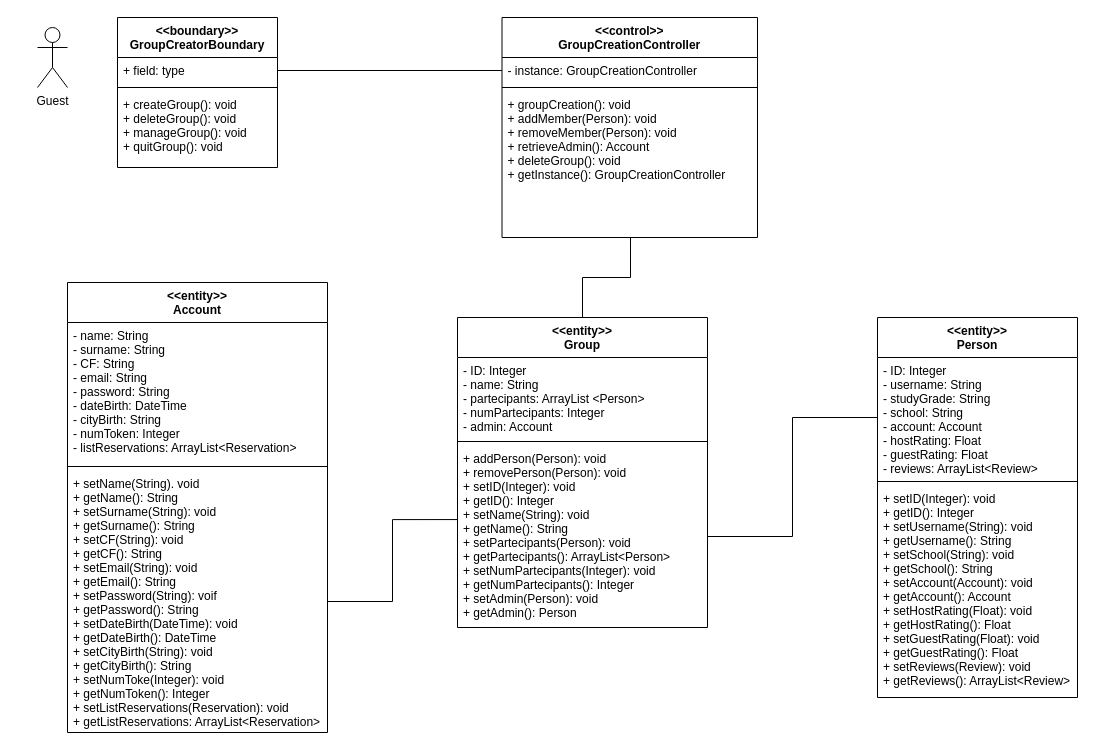
The draw.io diagram Deliverables/VoPC/VoPC CreateStudyGroup.drawio in nic-agos/DoveStudi, before the edit. Source tidied: cells renumbered, new cells numbered last; positions are measured from the earlier drawing's top-left corner, leaving out a move shared by most shapes. Both pictures are drawn from the tidied source at 100%, with x=0, y=0 at pixel (37, 17).
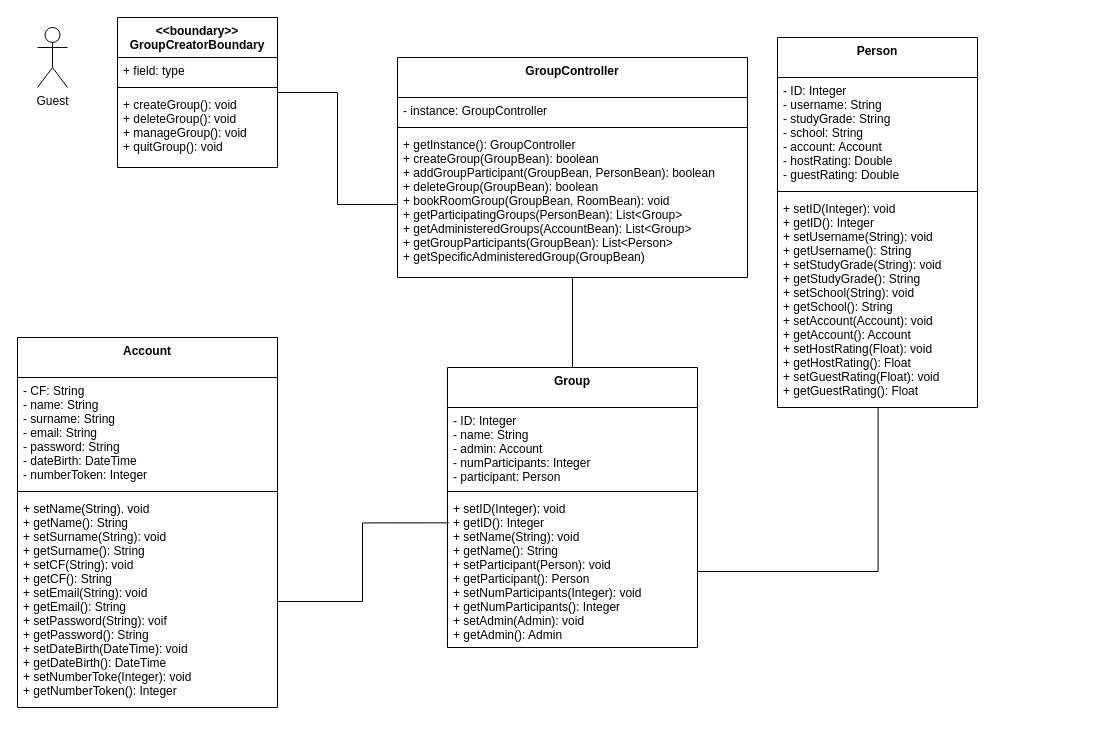
The same diagram, later.

Unchanged cells that the change refers to:
```xml
<mxCell id="11" value="&lt;&lt;boundary&gt;&gt;&#10;GroupCreatorBoundary" style="swimlane;fontStyle=1;align=center;verticalAlign=top;horizontal=1;startSize=40;" parent="1" vertex="1">
  <mxGeometry x="80" width="160" height="150" as="geometry" />
</mxCell>
<mxCell id="12" value="+ field: type" style="text;strokeColor=none;fillColor=none;align=left;verticalAlign=top;spacingLeft=4;spacingRight=4;overflow=hidden;points=[[0,0.5],[1,0.5]];portConstraint=eastwest;" parent="11" vertex="1">
  <mxGeometry y="40" width="160" height="26" as="geometry" />
</mxCell>
```

Diff of the diagram source:
```diff
@@
-    <mxCell id="2" style="edgeStyle=orthogonalEdgeStyle;rounded=0;jettySize=auto;html=1;entryX=0.503;entryY=1;entryDx=0;entryDy=0;entryPerimeter=0;endArrow=none;endFill=0;" parent="1" edge="1" source="3" target="10">
-      <mxGeometry relative="1" as="geometry" />
-    </mxCell>
-    <mxCell id="3" value="&lt;&lt;entity&gt;&gt;&#10;Group" style="swimlane;fontStyle=1;align=center;verticalAlign=top;horizontal=1;startSize=40;" parent="1" vertex="1">
-      <mxGeometry x="420" y="300" width="250" height="310" as="geometry" />
-    </mxCell>
-    <mxCell id="4" value="- ID: Integer&#10;- name: String&#10;- partecipants: ArrayList &lt;Person&gt;&#10;- numPartecipants: Integer&#10;- admin: Account&#10;" style="text;strokeColor=none;fillColor=none;align=left;verticalAlign=top;spacingLeft=4;spacingRight=4;overflow=hidden;" parent="3" vertex="1">
-      <mxGeometry y="40" width="250" height="80" as="geometry" />
-    </mxCell>
-    <mxCell id="5" style="line;strokeWidth=1;fillColor=none;align=left;verticalAlign=middle;spacingTop=-1;spacingLeft=3;spacingRight=3;labelPosition=right;" parent="3" vertex="1">
-      <mxGeometry y="120" width="250" height="8" as="geometry" />
-    </mxCell>
-    <mxCell id="6" value="+ addPerson(Person): void&#10;+ removePerson(Person): void&#10;+ setID(Integer): void&#10;+ getID(): Integer&#10;+ setName(String): void&#10;+ getName(): String&#10;+ setPartecipants(Person): void&#10;+ getPartecipants(): ArrayList&lt;Person&gt;&#10;+ setNumPartecipants(Integer): void&#10;+ getNumPartecipants(): Integer&#10;+ setAdmin(Person): void&#10;+ getAdmin(): Person" style="text;strokeColor=none;fillColor=none;align=left;verticalAlign=top;spacingLeft=4;spacingRight=4;overflow=hidden;points=[[0,0.5],[1,0.5]];portConstraint=eastwest;" parent="3" vertex="1">
-      <mxGeometry y="128" width="250" height="182" as="geometry" />
-    </mxCell>
-    <mxCell id="7" value="&lt;&lt;control&gt;&gt;&#10;GroupCreationController" style="swimlane;fontStyle=1;align=center;verticalAlign=top;horizontal=1;startSize=40;" parent="1" vertex="1">
-      <mxGeometry x="464.5" width="255.5" height="220" as="geometry" />
-    </mxCell>
-    <mxCell id="8" value="- instance: GroupCreationController" style="text;strokeColor=none;fillColor=none;align=left;verticalAlign=top;spacingLeft=4;spacingRight=4;overflow=hidden;points=[[0,0.5],[1,0.5]];portConstraint=eastwest;" parent="7" vertex="1">
-      <mxGeometry y="40" width="255.5" height="26" as="geometry" />
-    </mxCell>
-    <mxCell id="9" style="line;strokeWidth=1;fillColor=none;align=left;verticalAlign=middle;spacingTop=-1;spacingLeft=3;spacingRight=3;labelPosition=right;" parent="7" vertex="1">
-      <mxGeometry y="66" width="255.5" height="8" as="geometry" />
-    </mxCell>
-    <mxCell id="10" value="+ groupCreation(): void&#10;+ addMember(Person): void&#10;+ removeMember(Person): void&#10;+ retrieveAdmin(): Account&#10;+ deleteGroup(): void&#10;+ getInstance(): GroupCreationController" style="text;strokeColor=none;fillColor=none;align=left;verticalAlign=top;spacingLeft=4;spacingRight=4;overflow=hidden;points=[[0,0.5],[1,0.5]];portConstraint=eastwest;" parent="7" vertex="1">
-      <mxGeometry y="74" width="255.5" height="146" as="geometry" />
-    </mxCell>
+    <mxCell id="27" style="edgeStyle=orthogonalEdgeStyle;rounded=0;jettySize=auto;html=1;entryX=0;entryY=0.5;entryDx=0;entryDy=0;endArrow=none;endFill=0;" parent="1" edge="1" source="11" target="43">
+      <mxGeometry relative="1" as="geometry" />
+    </mxCell>
@@
-    <mxCell id="16" style="edgeStyle=orthogonalEdgeStyle;rounded=0;jettySize=auto;html=1;exitX=1;exitY=0.5;exitDx=0;exitDy=0;entryX=0;entryY=0.5;entryDx=0;entryDy=0;endArrow=none;endFill=0;" parent="1" edge="1" source="12" target="8">
-      <mxGeometry relative="1" as="geometry" />
-    </mxCell>
-    <mxCell id="17" style="edgeStyle=orthogonalEdgeStyle;rounded=0;jettySize=auto;html=1;exitX=0;exitY=0.5;exitDx=0;exitDy=0;endArrow=none;endFill=0;entryX=1;entryY=0.5;entryDx=0;entryDy=0;" parent="1" edge="1" source="19" target="6">
+    <mxCell id="17" style="edgeStyle=orthogonalEdgeStyle;rounded=0;jettySize=auto;html=1;exitX=0.503;exitY=1.003;exitDx=0;exitDy=0;endArrow=none;endFill=0;entryX=1;entryY=0.5;entryDx=0;entryDy=0;exitPerimeter=0;" parent="1" edge="1" source="31" target="38">
       <mxGeometry relative="1" as="geometry" />
     </mxCell>
-    <mxCell id="18" value="&lt;&lt;entity&gt;&gt;&#10;Person" style="swimlane;fontStyle=1;align=center;verticalAlign=top;horizontal=1;startSize=40;" parent="1" vertex="1">
-      <mxGeometry x="840" y="300" width="200" height="380" as="geometry" />
-    </mxCell>
-    <mxCell id="19" value="- ID: Integer&#10;- username: String&#10;- studyGrade: String&#10;- school: String&#10;- account: Account&#10;- hostRating: Float&#10;- guestRating: Float&#10;- reviews: ArrayList&lt;Review&gt;" style="text;strokeColor=none;fillColor=none;align=left;verticalAlign=top;spacingLeft=4;spacingRight=4;overflow=hidden;points=[[0,0.5],[1,0.5]];portConstraint=eastwest;" parent="18" vertex="1">
-      <mxGeometry y="40" width="200" height="120" as="geometry" />
-    </mxCell>
-    <mxCell id="20" style="line;strokeWidth=1;fillColor=none;align=left;verticalAlign=middle;spacingTop=-1;spacingLeft=3;spacingRight=3;labelPosition=right;" parent="18" vertex="1">
-      <mxGeometry y="160" width="200" height="8" as="geometry" />
-    </mxCell>
-    <mxCell id="21" value="+ setID(Integer): void&#10;+ getID(): Integer&#10;+ setUsername(String): void&#10;+ getUsername(): String&#10;+ setSchool(String): void&#10;+ getSchool(): String&#10;+ setAccount(Account): void&#10;+ getAccount(): Account&#10;+ setHostRating(Float): void&#10;+ getHostRating(): Float&#10;+ setGuestRating(Float): void&#10;+ getGuestRating(): Float&#10;+ setReviews(Review): void&#10;+ getReviews(): ArrayList&lt;Review&gt;" style="text;strokeColor=none;fillColor=none;align=left;verticalAlign=top;spacingLeft=4;spacingRight=4;overflow=hidden;" parent="18" vertex="1">
-      <mxGeometry y="168" width="200" height="212" as="geometry" />
-    </mxCell>
-    <mxCell id="22" value="&lt;&lt;entity&gt;&gt;&#10;Account" style="swimlane;fontStyle=1;align=center;verticalAlign=top;horizontal=1;startSize=40;" parent="1" vertex="1">
-      <mxGeometry x="30" y="265" width="260" height="450" as="geometry" />
-    </mxCell>
-    <mxCell id="23" value="- name: String&#10;- surname: String&#10;- CF: String&#10;- email: String&#10;- password: String&#10;- dateBirth: DateTime&#10;- cityBirth: String&#10;- numToken: Integer&#10;- listReservations: ArrayList&lt;Reservation&gt;" style="text;strokeColor=none;fillColor=none;align=left;verticalAlign=top;spacingLeft=4;spacingRight=4;overflow=hidden;" parent="22" vertex="1">
-      <mxGeometry y="40" width="260" height="140" as="geometry" />
-    </mxCell>
-    <mxCell id="24" style="line;strokeWidth=1;fillColor=none;align=left;verticalAlign=middle;spacingTop=-1;spacingLeft=3;spacingRight=3;labelPosition=right;" parent="22" vertex="1">
-      <mxGeometry y="180" width="260" height="8" as="geometry" />
-    </mxCell>
-    <mxCell id="25" value="+ setName(String). void&#10;+ getName(): String&#10;+ setSurname(String): void&#10;+ getSurname(): String&#10;+ setCF(String): void&#10;+ getCF(): String&#10;+ setEmail(String): void&#10;+ getEmail(): String&#10;+ setPassword(String): voif&#10;+ getPassword(): String&#10;+ setDateBirth(DateTime): void&#10;+ getDateBirth(): DateTime&#10;+ setCityBirth(String): void&#10;+ getCityBirth(): String&#10;+ setNumToke(Integer): void&#10;+ getNumToken(): Integer&#10;+ setListReservations(Reservation): void&#10;+ getListReservations: ArrayList&lt;Reservation&gt;&#10;&#10;" style="text;strokeColor=none;fillColor=none;align=left;verticalAlign=top;spacingLeft=4;spacingRight=4;overflow=hidden;points=[[0,0.5],[1,0.5]];portConstraint=eastwest;" parent="22" vertex="1">
-      <mxGeometry y="188" width="260" height="262" as="geometry" />
-    </mxCell>
-    <mxCell id="26" style="edgeStyle=orthogonalEdgeStyle;rounded=0;jettySize=auto;html=1;exitX=1;exitY=0.5;exitDx=0;exitDy=0;entryX=0.002;entryY=0.407;entryDx=0;entryDy=0;entryPerimeter=0;endArrow=none;endFill=0;" parent="1" edge="1" source="25" target="6">
+    <mxCell id="26" style="edgeStyle=orthogonalEdgeStyle;rounded=0;jettySize=auto;html=1;entryX=0.005;entryY=0.18;entryDx=0;entryDy=0;entryPerimeter=0;endArrow=none;endFill=0;" parent="1" edge="1" source="35" target="38">
       <mxGeometry relative="1" as="geometry" />
     </mxCell>
+    <mxCell id="28" value="Person" style="swimlane;fontStyle=1;align=center;verticalAlign=top;horizontal=1;startSize=40;" parent="1" vertex="1">
+      <mxGeometry x="740" y="20" width="200" height="370" as="geometry" />
+    </mxCell>
+    <mxCell id="29" value="- ID: Integer&#10;- username: String&#10;- studyGrade: String&#10;- school: String&#10;- account: Account&#10;- hostRating: Double&#10;- guestRating: Double" style="text;strokeColor=none;fillColor=none;align=left;verticalAlign=top;spacingLeft=4;spacingRight=4;overflow=hidden;" parent="28" vertex="1">
+      <mxGeometry y="40" width="200" height="110" as="geometry" />
+    </mxCell>
+    <mxCell id="30" style="line;strokeWidth=1;fillColor=none;align=left;verticalAlign=middle;spacingTop=-1;spacingLeft=3;spacingRight=3;labelPosition=right;" parent="28" vertex="1">
+      <mxGeometry y="150" width="200" height="8" as="geometry" />
+    </mxCell>
+    <mxCell id="31" value="+ setID(Integer): void&#10;+ getID(): Integer&#10;+ setUsername(String): void&#10;+ getUsername(): String&#10;+ setStudyGrade(String): void&#10;+ getStudyGrade(): String&#10;+ setSchool(String): void&#10;+ getSchool(): String&#10;+ setAccount(Account): void&#10;+ getAccount(): Account&#10;+ setHostRating(Float): void&#10;+ getHostRating(): Float&#10;+ setGuestRating(Float): void&#10;+ getGuestRating(): Float" style="text;strokeColor=none;fillColor=none;align=left;verticalAlign=top;spacingLeft=4;spacingRight=4;overflow=hidden;points=[[0,0.5],[1,0.5]];portConstraint=eastwest;" parent="28" vertex="1">
+      <mxGeometry y="158" width="200" height="212" as="geometry" />
+    </mxCell>
+    <mxCell id="32" value="Account" style="swimlane;fontStyle=1;align=center;verticalAlign=top;horizontal=1;startSize=40;" parent="1" vertex="1">
+      <mxGeometry x="-20" y="320" width="260" height="370" as="geometry" />
+    </mxCell>
+    <mxCell id="33" value="- CF: String&#10;- name: String&#10;- surname: String&#10;- email: String&#10;- password: String&#10;- dateBirth: DateTime&#10;- numberToken: Integer&#10;" style="text;strokeColor=none;fillColor=none;align=left;verticalAlign=top;spacingLeft=4;spacingRight=4;overflow=hidden;" parent="32" vertex="1">
+      <mxGeometry y="40" width="260" height="110" as="geometry" />
+    </mxCell>
+    <mxCell id="34" style="line;strokeWidth=1;fillColor=none;align=left;verticalAlign=middle;spacingTop=-1;spacingLeft=3;spacingRight=3;labelPosition=right;" parent="32" vertex="1">
+      <mxGeometry y="150" width="260" height="8" as="geometry" />
+    </mxCell>
+    <mxCell id="35" value="+ setName(String). void&#10;+ getName(): String&#10;+ setSurname(String): void&#10;+ getSurname(): String&#10;+ setCF(String): void&#10;+ getCF(): String&#10;+ setEmail(String): void&#10;+ getEmail(): String&#10;+ setPassword(String): voif&#10;+ getPassword(): String&#10;+ setDateBirth(DateTime): void&#10;+ getDateBirth(): DateTime&#10;+ setNumberToke(Integer): void&#10;+ getNumberToken(): Integer" style="text;strokeColor=none;fillColor=none;align=left;verticalAlign=top;spacingLeft=4;spacingRight=4;overflow=hidden;points=[[0,0.5],[1,0.5]];portConstraint=eastwest;" parent="32" vertex="1">
+      <mxGeometry y="158" width="260" height="212" as="geometry" />
+    </mxCell>
+    <mxCell id="36" value="Group" style="swimlane;fontStyle=1;align=center;verticalAlign=top;horizontal=1;startSize=40;" parent="1" vertex="1">
+      <mxGeometry x="410" y="350" width="250" height="280" as="geometry" />
+    </mxCell>
+    <mxCell id="37" value="- ID: Integer&#10;- name: String&#10;- admin: Account&#10;- numParticipants: Integer&#10;- participant: Person&#10;" style="text;strokeColor=none;fillColor=none;align=left;verticalAlign=top;spacingLeft=4;spacingRight=4;overflow=hidden;" parent="36" vertex="1">
+      <mxGeometry y="40" width="250" height="80" as="geometry" />
+    </mxCell>
+    <mxCell id="5" style="line;strokeWidth=1;fillColor=none;align=left;verticalAlign=middle;spacingTop=-1;spacingLeft=3;spacingRight=3;labelPosition=right;" parent="36" vertex="1">
+      <mxGeometry y="120" width="250" height="8" as="geometry" />
+    </mxCell>
+    <mxCell id="38" value="+ setID(Integer): void&#10;+ getID(): Integer&#10;+ setName(String): void&#10;+ getName(): String&#10;+ setParticipant(Person): void&#10;+ getParticipant(): Person&#10;+ setNumParticipants(Integer): void&#10;+ getNumParticipants(): Integer&#10;+ setAdmin(Admin): void&#10;+ getAdmin(): Admin" style="text;strokeColor=none;fillColor=none;align=left;verticalAlign=top;spacingLeft=4;spacingRight=4;overflow=hidden;points=[[0,0.5],[1,0.5]];portConstraint=eastwest;" parent="36" vertex="1">
+      <mxGeometry y="128" width="250" height="152" as="geometry" />
+    </mxCell>
+    <mxCell id="39" style="edgeStyle=orthogonalEdgeStyle;rounded=0;jettySize=auto;html=1;entryX=0.5;entryY=0;entryDx=0;entryDy=0;endArrow=none;endFill=0;" parent="1" edge="1" source="40" target="36">
+      <mxGeometry relative="1" as="geometry" />
+    </mxCell>
+    <mxCell id="40" value="GroupController" style="swimlane;fontStyle=1;align=center;verticalAlign=top;horizontal=1;startSize=40;" parent="1" vertex="1">
+      <mxGeometry x="360" y="40" width="350" height="220" as="geometry" />
+    </mxCell>
+    <mxCell id="41" value="- instance: GroupController" style="text;strokeColor=none;fillColor=none;align=left;verticalAlign=top;spacingLeft=4;spacingRight=4;overflow=hidden;" parent="40" vertex="1">
+      <mxGeometry y="40" width="350" height="26" as="geometry" />
+    </mxCell>
+    <mxCell id="42" style="line;strokeWidth=1;fillColor=none;align=left;verticalAlign=middle;spacingTop=-1;spacingLeft=3;spacingRight=3;labelPosition=right;" parent="40" vertex="1">
+      <mxGeometry y="66" width="350" height="8" as="geometry" />
+    </mxCell>
+    <mxCell id="43" value="+ getInstance(): GroupController&#10;+ createGroup(GroupBean): boolean&#10;+ addGroupParticipant(GroupBean, PersonBean): boolean&#10;+ deleteGroup(GroupBean): boolean&#10;+ bookRoomGroup(GroupBean, RoomBean): void&#10;+ getParticipatingGroups(PersonBean): List&lt;Group&gt;&#10;+ getAdministeredGroups(AccountBean): List&lt;Group&gt;&#10;+ getGroupParticipants(GroupBean): List&lt;Person&gt;&#10;+ getSpecificAdministeredGroup(GroupBean)" style="text;strokeColor=none;fillColor=none;align=left;verticalAlign=top;spacingLeft=4;spacingRight=4;overflow=hidden;points=[[0,0.5],[1,0.5]];portConstraint=eastwest;" parent="40" vertex="1">
+      <mxGeometry y="74" width="350" height="146" as="geometry" />
+    </mxCell>
```
